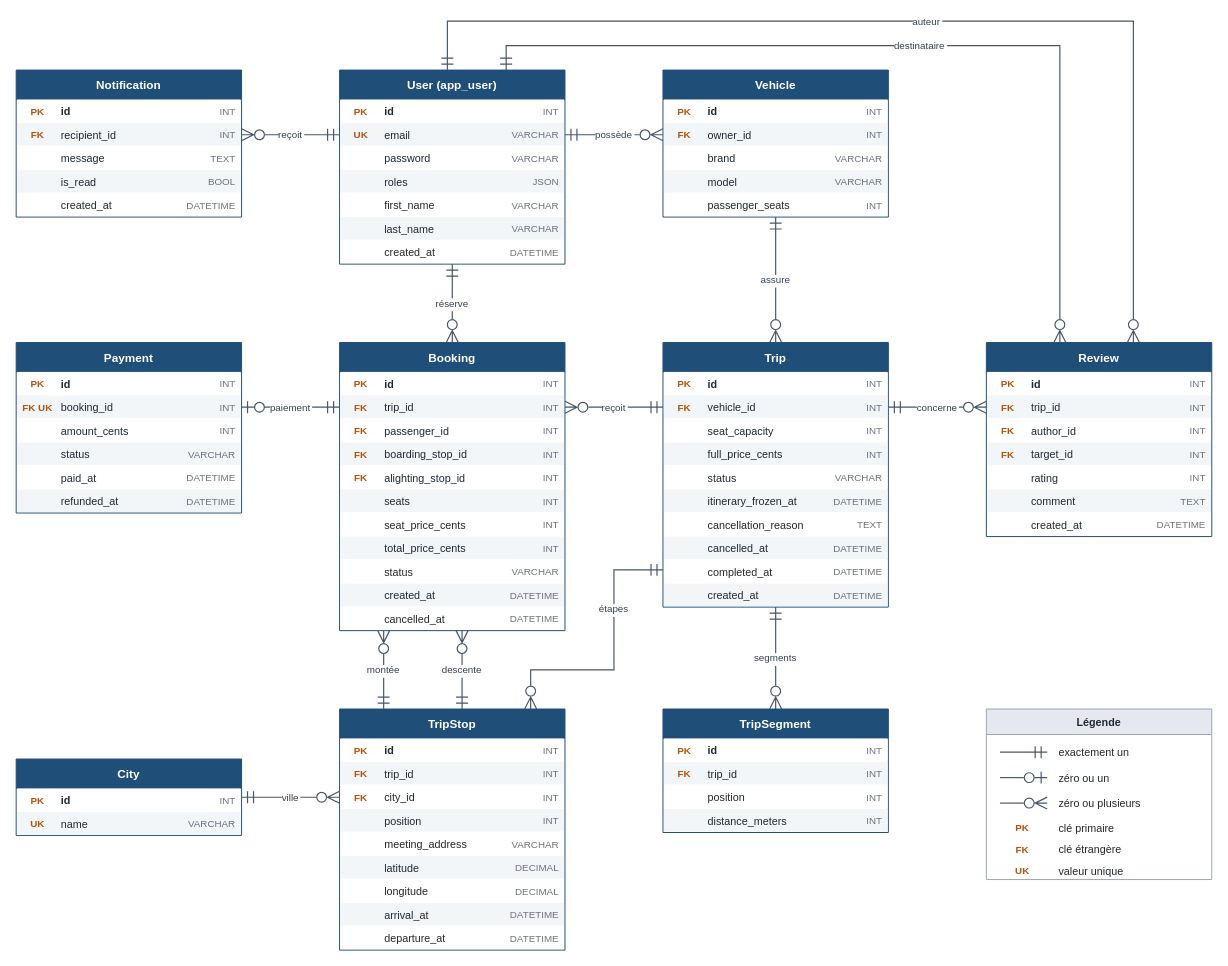
Above: docs/modele-donnees.drawio in b4d5hub/covoiturage (draw.io), before the change. Source tidied: cells renumbered, new cells numbered last; positions are measured from the earlier drawing's top-left corner, leaving out a move shared by most shapes. Both pictures are drawn from the tidied source at 98%, with x=0, y=0 at pixel (16, 21).
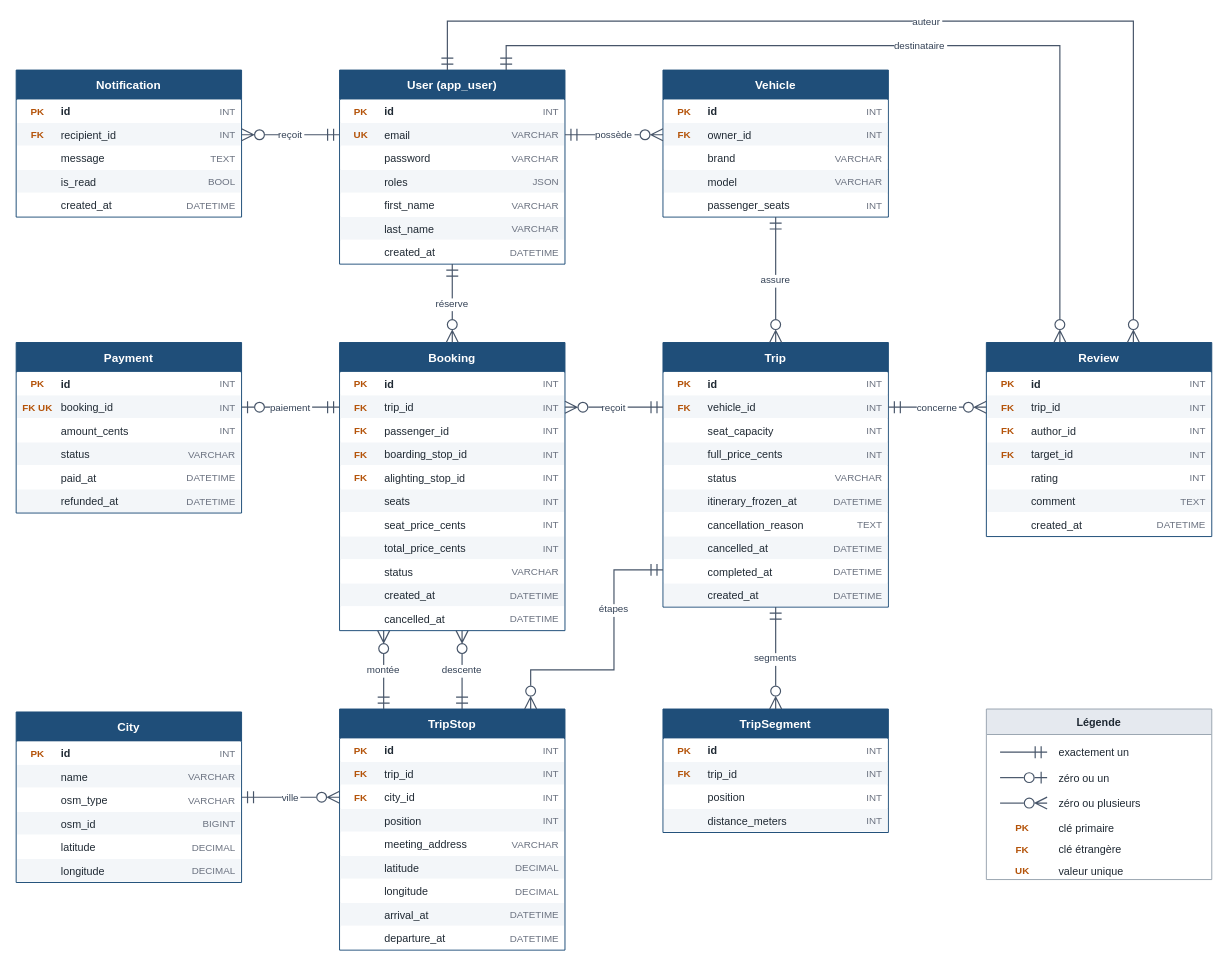
After the change.

Change to the diagram source:
```diff
@@
     <mxCell id="213" value="City" style="swimlane;html=0;startSize=30;rounded=0;fontSize=12;fontStyle=1;fontColor=#ffffff;fillColor=#1f4e79;swimlaneFillColor=#ffffff;strokeColor=#1f4e79;" parent="1" vertex="1">
-      <mxGeometry y="753" width="230" height="78" as="geometry" />
+      <mxGeometry y="705" width="230" height="174" as="geometry" />
     </mxCell>
@@
-    <mxCell id="219" value="UK" style="text;html=0;strokeColor=none;fillColor=none;verticalAlign=middle;fontSize=11;fontColor=#1f2933;align=center;fontStyle=1;fontSize=10;fontColor=#b45309;" parent="213" vertex="1">
+    <mxCell id="219" style="text;html=0;strokeColor=none;fillColor=none;verticalAlign=middle;fontSize=11;fontColor=#1f2933;align=center;fontStyle=1;fontSize=10;fontColor=#b45309;" parent="213" vertex="1">
       <mxGeometry x="2" y="54" width="40" height="24" as="geometry" />
     </mxCell>
@@
+    <mxCell id="303" style="rect;html=0;strokeColor=none;fillColor=#ffffff;" parent="213" vertex="1">
+      <mxGeometry x="1" y="78" width="228" height="23" as="geometry" />
+    </mxCell>
+    <mxCell id="304" value="osm_type" style="text;html=0;strokeColor=none;fillColor=none;verticalAlign=middle;fontSize=11;fontColor=#1f2933;align=left;" parent="213" vertex="1">
+      <mxGeometry x="44" y="78" width="130" height="24" as="geometry" />
+    </mxCell>
+    <mxCell id="305" value="VARCHAR" style="text;html=0;strokeColor=none;fillColor=none;verticalAlign=middle;fontSize=11;fontColor=#1f2933;align=right;fontColor=#6b7280;fontSize=10;" parent="213" vertex="1">
+      <mxGeometry x="168" y="78" width="58" height="24" as="geometry" />
+    </mxCell>
+    <mxCell id="306" style="rect;html=0;strokeColor=none;fillColor=#f3f6f9;" parent="213" vertex="1">
+      <mxGeometry x="1" y="102" width="228" height="23" as="geometry" />
+    </mxCell>
+    <mxCell id="307" value="osm_id" style="text;html=0;strokeColor=none;fillColor=none;verticalAlign=middle;fontSize=11;fontColor=#1f2933;align=left;" parent="213" vertex="1">
+      <mxGeometry x="44" y="102" width="130" height="24" as="geometry" />
+    </mxCell>
+    <mxCell id="308" value="BIGINT" style="text;html=0;strokeColor=none;fillColor=none;verticalAlign=middle;fontSize=11;fontColor=#1f2933;align=right;fontColor=#6b7280;fontSize=10;" parent="213" vertex="1">
+      <mxGeometry x="168" y="102" width="58" height="24" as="geometry" />
+    </mxCell>
+    <mxCell id="309" style="rect;html=0;strokeColor=none;fillColor=#ffffff;" parent="213" vertex="1">
+      <mxGeometry x="1" y="126" width="228" height="23" as="geometry" />
+    </mxCell>
+    <mxCell id="310" value="latitude" style="text;html=0;strokeColor=none;fillColor=none;verticalAlign=middle;fontSize=11;fontColor=#1f2933;align=left;" parent="213" vertex="1">
+      <mxGeometry x="44" y="126" width="130" height="24" as="geometry" />
+    </mxCell>
+    <mxCell id="311" value="DECIMAL" style="text;html=0;strokeColor=none;fillColor=none;verticalAlign=middle;fontSize=11;fontColor=#1f2933;align=right;fontColor=#6b7280;fontSize=10;" parent="213" vertex="1">
+      <mxGeometry x="168" y="126" width="58" height="24" as="geometry" />
+    </mxCell>
+    <mxCell id="312" style="rect;html=0;strokeColor=none;fillColor=#f3f6f9;" parent="213" vertex="1">
+      <mxGeometry x="1" y="150" width="228" height="23" as="geometry" />
+    </mxCell>
+    <mxCell id="313" value="longitude" style="text;html=0;strokeColor=none;fillColor=none;verticalAlign=middle;fontSize=11;fontColor=#1f2933;align=left;" parent="213" vertex="1">
+      <mxGeometry x="44" y="150" width="130" height="24" as="geometry" />
+    </mxCell>
+    <mxCell id="314" value="DECIMAL" style="text;html=0;strokeColor=none;fillColor=none;verticalAlign=middle;fontSize=11;fontColor=#1f2933;align=right;fontColor=#6b7280;fontSize=10;" parent="213" vertex="1">
+      <mxGeometry x="168" y="150" width="58" height="24" as="geometry" />
+    </mxCell>
```
